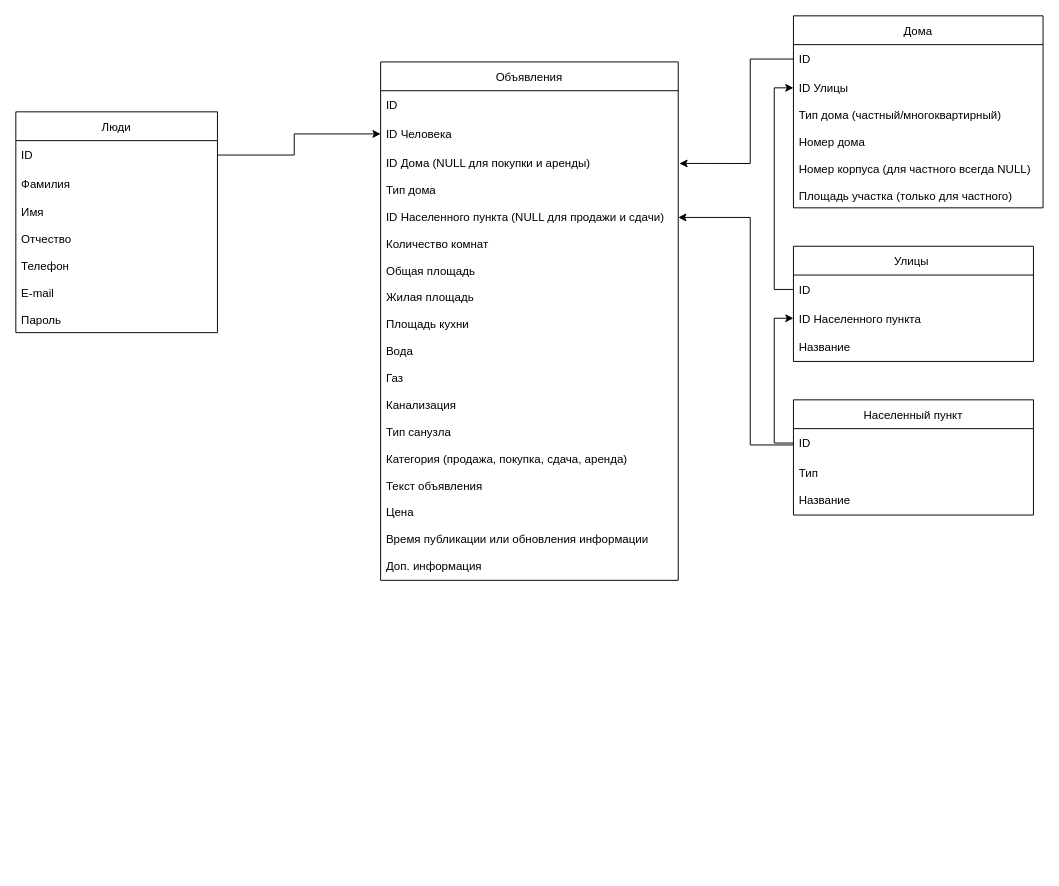
Before: DB_schema.drawio in SergNov-9183/SQL_Project, a draw.io diagram. Source tidied: cells renumbered, new cells numbered last; positions are measured from the earlier drawing's top-left corner, leaving out a move shared by most shapes. Both pictures are drawn from the tidied source at 96%, with x=0, y=0 at pixel (15, 15).
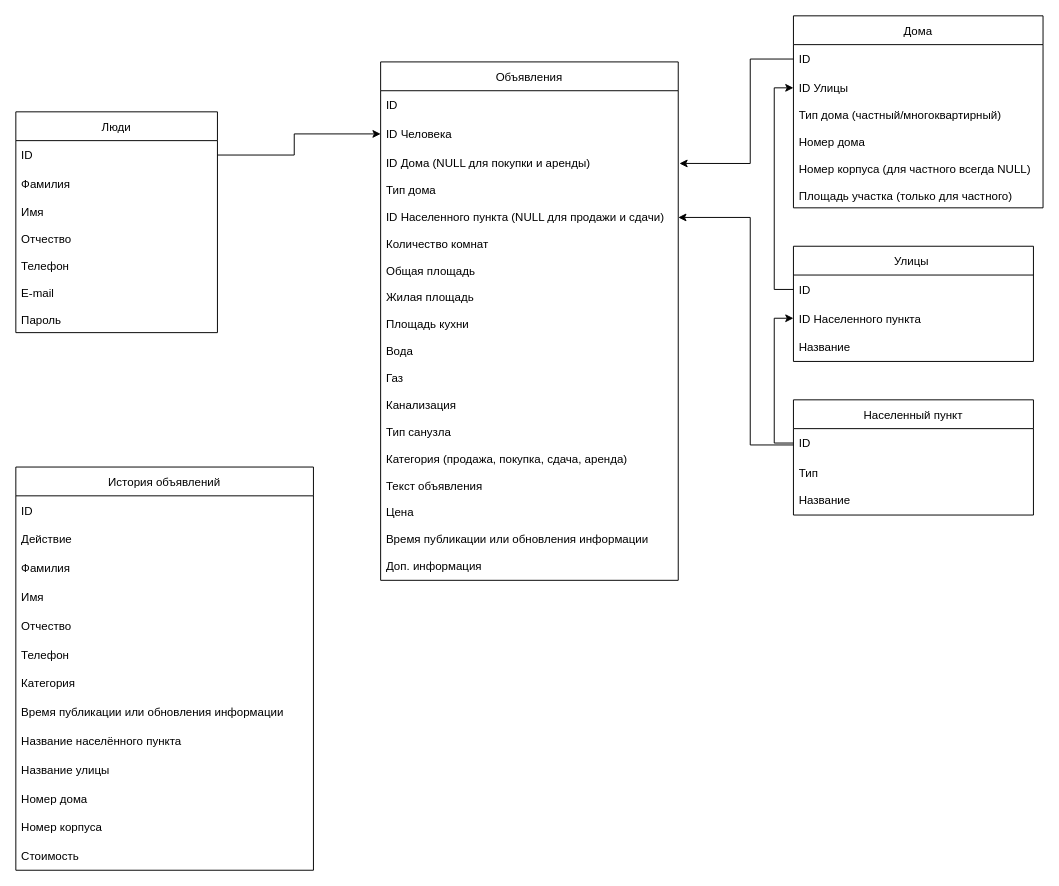
Above is the later version.

Commit message (it also covers changes not shown here):
History_tables added

Diff of the diagram source:
```diff
@@
+    <mxCell id="27" value="История объявлений" style="swimlane;fontStyle=0;horizontal=1;startSize=30;swimlaneFillColor=none;rounded=0;fillColor=#FFFFFF;strokeColor=default;strokeWidth=1;gradientDirection=radial;sketch=0;verticalAlign=middle;align=center;labelPosition=center;verticalLabelPosition=middle;labelBorderColor=none;fontSize=12;" parent="1" vertex="1">
+      <mxGeometry y="470" width="310" height="420" as="geometry" />
+    </mxCell>
+    <mxCell id="28" value="ID" style="text;strokeColor=none;fillColor=none;align=left;verticalAlign=middle;spacingLeft=4;spacingRight=4;overflow=hidden;" parent="27" vertex="1">
+      <mxGeometry y="30" width="310" height="30" as="geometry" />
+    </mxCell>
+    <mxCell id="29" value="Действие" style="text;strokeColor=none;fillColor=none;align=left;verticalAlign=middle;spacingLeft=4;spacingRight=4;overflow=hidden;" parent="27" vertex="1">
+      <mxGeometry y="60" width="310" height="30" as="geometry" />
+    </mxCell>
+    <mxCell id="30" value="Фамилия" style="text;strokeColor=none;fillColor=none;align=left;verticalAlign=middle;spacingLeft=4;spacingRight=4;overflow=hidden;" parent="27" vertex="1">
+      <mxGeometry y="90" width="310" height="30" as="geometry" />
+    </mxCell>
+    <mxCell id="31" value="Имя" style="text;strokeColor=none;fillColor=none;align=left;verticalAlign=middle;spacingLeft=4;spacingRight=4;overflow=hidden;" parent="27" vertex="1">
+      <mxGeometry y="120" width="310" height="30" as="geometry" />
+    </mxCell>
+    <mxCell id="32" value="Отчество" style="text;strokeColor=none;fillColor=none;align=left;verticalAlign=middle;spacingLeft=4;spacingRight=4;overflow=hidden;" parent="27" vertex="1">
+      <mxGeometry y="150" width="310" height="30" as="geometry" />
+    </mxCell>
+    <mxCell id="33" value="Телефон" style="text;strokeColor=none;fillColor=none;align=left;verticalAlign=middle;spacingLeft=4;spacingRight=4;overflow=hidden;" parent="27" vertex="1">
+      <mxGeometry y="180" width="310" height="30" as="geometry" />
+    </mxCell>
+    <mxCell id="34" value="Категория" style="text;strokeColor=none;fillColor=none;align=left;verticalAlign=middle;spacingLeft=4;spacingRight=4;overflow=hidden;" parent="27" vertex="1">
+      <mxGeometry y="210" width="310" height="30" as="geometry" />
+    </mxCell>
+    <mxCell id="35" value="Время публикации или обновления информации" style="text;strokeColor=none;fillColor=none;align=left;verticalAlign=middle;spacingLeft=4;spacingRight=4;overflow=hidden;" parent="27" vertex="1">
+      <mxGeometry y="240" width="310" height="30" as="geometry" />
+    </mxCell>
+    <mxCell id="36" value="Название населённого пункта" style="text;strokeColor=none;fillColor=none;align=left;verticalAlign=middle;spacingLeft=4;spacingRight=4;overflow=hidden;" parent="27" vertex="1">
+      <mxGeometry y="270" width="310" height="30" as="geometry" />
+    </mxCell>
+    <mxCell id="37" value="Название улицы" style="text;strokeColor=none;fillColor=none;align=left;verticalAlign=middle;spacingLeft=4;spacingRight=4;overflow=hidden;" parent="27" vertex="1">
+      <mxGeometry y="300" width="310" height="30" as="geometry" />
+    </mxCell>
+    <mxCell id="38" value="Номер дома" style="text;strokeColor=none;fillColor=none;align=left;verticalAlign=middle;spacingLeft=4;spacingRight=4;overflow=hidden;" parent="27" vertex="1">
+      <mxGeometry y="330" width="310" height="30" as="geometry" />
+    </mxCell>
+    <mxCell id="39" value="Номер корпуса" style="text;strokeColor=none;fillColor=none;align=left;verticalAlign=middle;spacingLeft=4;spacingRight=4;overflow=hidden;" parent="27" vertex="1">
+      <mxGeometry y="360" width="310" height="30" as="geometry" />
+    </mxCell>
+    <mxCell id="40" value="Стоимость" style="text;strokeColor=none;fillColor=none;align=left;verticalAlign=middle;spacingLeft=4;spacingRight=4;overflow=hidden;" parent="27" vertex="1">
+      <mxGeometry y="390" width="310" height="30" as="geometry" />
+    </mxCell>
```
